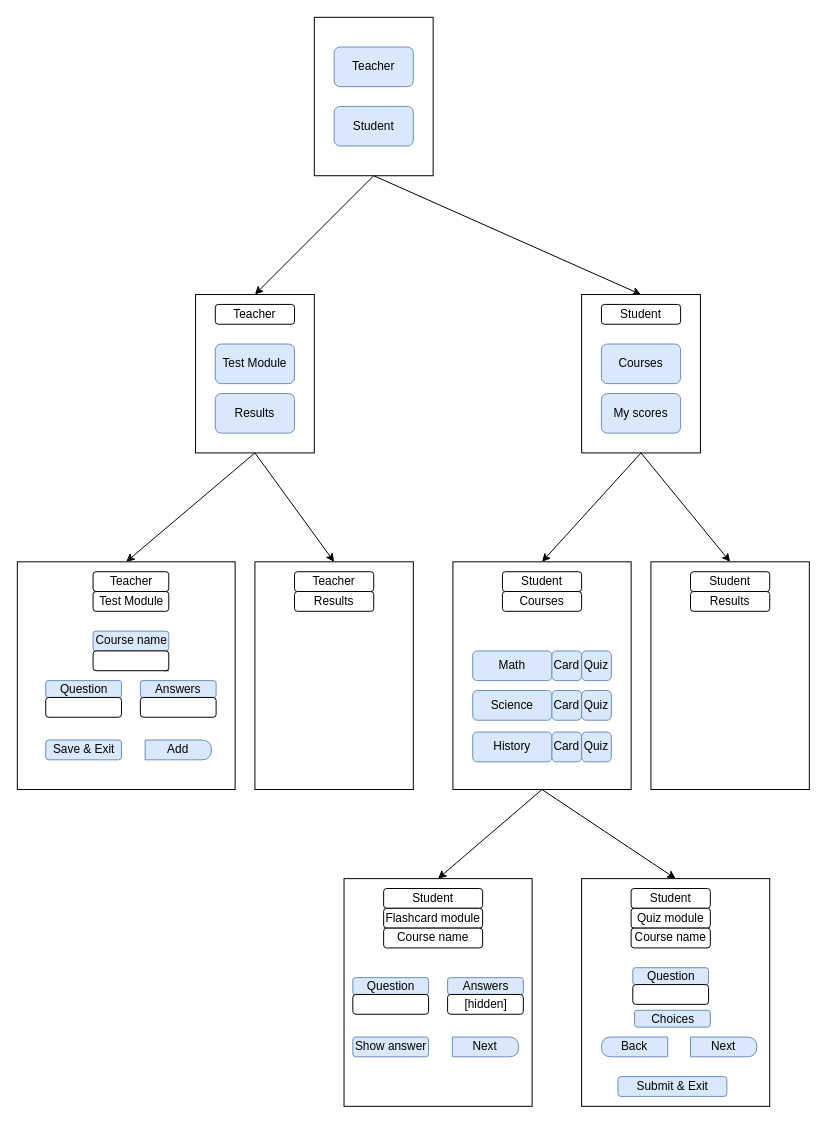
Earlier version of the draw.io diagram Diagram.drawio (Yousef-Emadi/ZOE-Website). Source tidied: cells renumbered, new cells numbered last; positions are measured from the earlier drawing's top-left corner, leaving out a move shared by most shapes. Both pictures are drawn from the tidied source at 99%, with x=0, y=0 at pixel (17, 17).
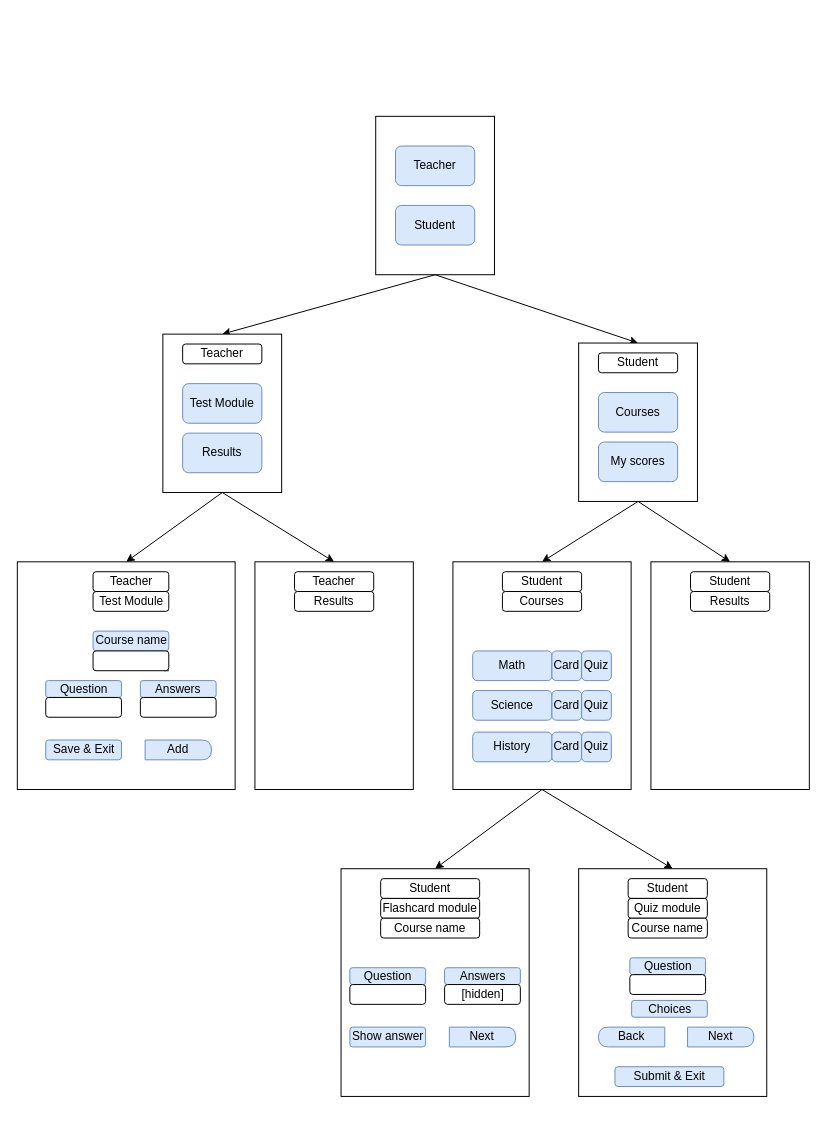
The same page after the edit.

The edit, as a diff of the source:
```diff
@@
     <mxCell id="2" style="rounded=0;whiteSpace=wrap;html=1;" parent="1" vertex="1">
-      <mxGeometry x="300" width="120" height="160" as="geometry" />
+      <mxGeometry x="362" y="100" width="120" height="160" as="geometry" />
     </mxCell>
@@
     <mxCell id="5" value="Teacher" style="rounded=1;whiteSpace=wrap;html=1;fillColor=#dae8fc;strokeColor=#6c8ebf;" parent="1" vertex="1">
-      <mxGeometry x="320" y="30" width="80" height="40" as="geometry" />
+      <mxGeometry x="382" y="130" width="80" height="40" as="geometry" />
     </mxCell>
     <mxCell id="6" value="Student" style="rounded=1;whiteSpace=wrap;html=1;fillColor=#dae8fc;strokeColor=#6c8ebf;" parent="1" vertex="1">
-      <mxGeometry x="320" y="90" width="80" height="40" as="geometry" />
+      <mxGeometry x="382" y="190" width="80" height="40" as="geometry" />
     </mxCell>
-    <mxCell id="7" style="rounded=0;whiteSpace=wrap;html=1;" parent="1" vertex="1">
-      <mxGeometry x="180" y="280" width="120" height="160" as="geometry" />
-    </mxCell>
-    <mxCell id="8" value="Teacher" style="rounded=1;whiteSpace=wrap;html=1;" parent="1" vertex="1">
-      <mxGeometry x="200" y="290" width="80" height="20" as="geometry" />
-    </mxCell>
-    <mxCell id="9" value="Test Module" style="rounded=1;whiteSpace=wrap;html=1;fillColor=#dae8fc;strokeColor=#6c8ebf;" parent="1" vertex="1">
-      <mxGeometry x="200" y="330" width="80" height="40" as="geometry" />
-    </mxCell>
-    <mxCell id="10" value="Results" style="rounded=1;whiteSpace=wrap;html=1;fillColor=#dae8fc;strokeColor=#6c8ebf;" parent="1" vertex="1">
-      <mxGeometry x="200" y="380" width="80" height="40" as="geometry" />
-    </mxCell>
@@
     <mxCell id="30" style="group;" parent="1" vertex="1">
-      <mxGeometry x="570" y="280" width="120" height="160" as="geometry" />
+      <mxGeometry x="567" y="329" width="120" height="160" as="geometry" />
     </mxCell>
@@
     <mxCell id="53" style="group;" parent="1" vertex="1">
-      <mxGeometry x="330" y="870" width="190" height="230" as="geometry" />
+      <mxGeometry x="327" y="860" width="190" height="230" as="geometry" />
     </mxCell>
@@
     <mxCell id="64" style="group;" parent="1" vertex="1">
-      <mxGeometry x="570" y="870" width="190" height="230" as="geometry" />
+      <mxGeometry x="567" y="860" width="190" height="230" as="geometry" />
     </mxCell>
@@
+    <mxCell id="77" style="group;" parent="1" vertex="1">
+      <mxGeometry x="147" y="320" width="120" height="160" as="geometry" />
+    </mxCell>
+    <mxCell id="7" style="rounded=0;whiteSpace=wrap;html=1;" parent="77" vertex="1">
+      <mxGeometry width="120" height="160" as="geometry" />
+    </mxCell>
+    <mxCell id="8" value="Teacher" style="rounded=1;whiteSpace=wrap;html=1;" parent="77" vertex="1">
+      <mxGeometry x="20" y="10" width="80" height="20" as="geometry" />
+    </mxCell>
+    <mxCell id="9" value="Test Module" style="rounded=1;whiteSpace=wrap;html=1;fillColor=#dae8fc;strokeColor=#6c8ebf;" parent="77" vertex="1">
+      <mxGeometry x="20" y="50" width="80" height="40" as="geometry" />
+    </mxCell>
+    <mxCell id="10" value="Results" style="rounded=1;whiteSpace=wrap;html=1;fillColor=#dae8fc;strokeColor=#6c8ebf;" parent="77" vertex="1">
+      <mxGeometry x="20" y="100" width="80" height="40" as="geometry" />
+    </mxCell>
```
